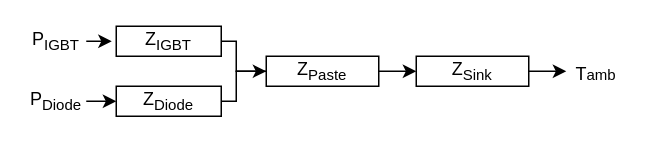
Before: IGBT and Diode/z/Cauer_network.drawio in AnirudhKatoch/PEARL, a draw.io diagram. Source tidied: cells renumbered, new cells numbered last; positions are measured from the earlier drawing's top-left corner, leaving out a move shared by most shapes. Both pictures are drawn from the tidied source at 150%, with x=0, y=0 at pixel (26, 26).
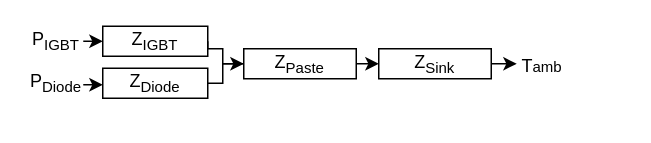
After the change.

The change refers to these unchanged cells:
```xml
<mxCell id="12" value="&lt;font&gt;P&lt;sub&gt;IGBT&lt;/sub&gt;&lt;/font&gt;" style="text;html=1;whiteSpace=wrap;strokeColor=none;fillColor=none;align=center;verticalAlign=middle;rounded=0;" parent="1" vertex="1">
  <mxGeometry width="40" height="20" as="geometry" />
</mxCell>
```

Diff of the diagram source:
```diff
@@
     <mxCell id="2" style="edgeStyle=orthogonalEdgeStyle;rounded=0;jettySize=auto;html=1;exitX=1;exitY=0.5;exitDx=0;exitDy=0;entryX=0;entryY=0.5;entryDx=0;entryDy=0;" parent="1" edge="1" source="3" target="7">
       <mxGeometry relative="1" as="geometry">
         <Array as="points">
-          <mxPoint x="140" y="10" />
-          <mxPoint x="140" y="30" />
+          <mxPoint x="121" y="15" />
+          <mxPoint x="131" y="15" />
+          <mxPoint x="131" y="25" />
         </Array>
       </mxGeometry>
     </mxCell>
     <mxCell id="3" value="Z&lt;sub&gt;IGBT&lt;/sub&gt;" style="rounded=0;whiteSpace=wrap;html=1;align=center;verticalAlign=middle;fontFamily=Helvetica;fontSize=12;" parent="1" vertex="1">
-      <mxGeometry x="60" width="70" height="20" as="geometry" />
+      <mxGeometry x="51" width="70" height="20" as="geometry" />
     </mxCell>
     <mxCell id="4" style="edgeStyle=orthogonalEdgeStyle;rounded=0;jettySize=auto;html=1;exitX=1;exitY=0.5;exitDx=0;exitDy=0;" parent="1" edge="1" source="5">
       <mxGeometry relative="1" as="geometry">
-        <mxPoint x="190" y="30" as="targetPoint" />
+        <mxPoint x="181" y="25" as="targetPoint" />
         <Array as="points">
-          <mxPoint x="140" y="50" />
-          <mxPoint x="140" y="30" />
+          <mxPoint x="131" y="38" />
+          <mxPoint x="131" y="25" />
         </Array>
       </mxGeometry>
     </mxCell>
     <mxCell id="5" value="Z&lt;sub style=&quot;&quot;&gt;&lt;font&gt;Diode&lt;/font&gt;&lt;/sub&gt;" style="rounded=0;whiteSpace=wrap;html=1;align=center;verticalAlign=middle;fontFamily=Helvetica;fontSize=12;" parent="1" vertex="1">
-      <mxGeometry x="60" y="40" width="70" height="20" as="geometry" />
+      <mxGeometry x="51" y="28" width="70" height="20" as="geometry" />
     </mxCell>
@@
     <mxCell id="7" value="Z&lt;sub&gt;Paste&lt;/sub&gt;" style="rounded=0;whiteSpace=wrap;html=1;align=center;verticalAlign=middle;fontFamily=Helvetica;fontSize=12;" parent="1" vertex="1">
-      <mxGeometry x="160" y="20" width="75" height="20" as="geometry" />
+      <mxGeometry x="145" y="15" width="75" height="20" as="geometry" />
     </mxCell>
-    <mxCell id="8" style="edgeStyle=orthogonalEdgeStyle;rounded=0;jettySize=auto;html=1;" parent="1" edge="1" source="9" target="13">
-      <mxGeometry relative="1" as="geometry" />
+    <mxCell id="8" style="edgeStyle=orthogonalEdgeStyle;rounded=0;orthogonalLoop=1;jettySize=auto;html=1;" parent="1" edge="1">
+      <mxGeometry relative="1" as="geometry">
+        <mxPoint x="286" y="25" as="sourcePoint" />
+        <mxPoint x="327" y="25" as="targetPoint" />
+      </mxGeometry>
     </mxCell>
     <mxCell id="9" value="Z&lt;sub style=&quot;&quot;&gt;&lt;font&gt;Sink&lt;/font&gt;&lt;/sub&gt;" style="rounded=0;whiteSpace=wrap;html=1;align=center;verticalAlign=middle;fontFamily=Helvetica;fontSize=12;" parent="1" vertex="1">
-      <mxGeometry x="260" y="20" width="75" height="20" as="geometry" />
+      <mxGeometry x="235" y="15" width="75" height="20" as="geometry" />
     </mxCell>
-    <mxCell id="10" style="edgeStyle=orthogonalEdgeStyle;rounded=0;jettySize=auto;html=1;exitX=1;exitY=0.5;exitDx=0;exitDy=0;entryX=0;entryY=0.5;entryDx=0;entryDy=0;" parent="1" edge="1" source="11" target="5">
-      <mxGeometry relative="1" as="geometry" />
-    </mxCell>
     <mxCell id="11" value="P&lt;sub style=&quot;&quot;&gt;&lt;font&gt;Diode&lt;/font&gt;&lt;/sub&gt;" style="text;html=1;whiteSpace=wrap;strokeColor=none;fillColor=none;align=center;verticalAlign=middle;rounded=0;" parent="1" vertex="1">
-      <mxGeometry y="40" width="40" height="20" as="geometry" />
+      <mxGeometry y="28" width="40" height="20" as="geometry" />
     </mxCell>
@@
     <mxCell id="13" value="&lt;font&gt;&lt;sub&gt;&lt;span style=&quot;font-size: 12px;&quot;&gt;T&lt;/span&gt;amb&lt;/sub&gt;&lt;/font&gt;" style="text;html=1;whiteSpace=wrap;strokeColor=none;fillColor=none;align=center;verticalAlign=middle;rounded=0;" parent="1" vertex="1">
-      <mxGeometry x="360" y="20" width="40" height="20" as="geometry" />
+      <mxGeometry x="324" y="15" width="40" height="20" as="geometry" />
     </mxCell>
-    <mxCell id="14" style="edgeStyle=orthogonalEdgeStyle;rounded=0;jettySize=auto;html=1;exitX=1;exitY=0.5;exitDx=0;exitDy=0;entryX=-0.043;entryY=0.5;entryDx=0;entryDy=0;entryPerimeter=0;" parent="1" edge="1" source="12" target="3">
-      <mxGeometry relative="1" as="geometry" />
+    <mxCell id="14" style="edgeStyle=orthogonalEdgeStyle;rounded=0;orthogonalLoop=1;jettySize=auto;html=1;exitX=1;exitY=0.5;exitDx=0;exitDy=0;entryX=-0.043;entryY=0.5;entryDx=0;entryDy=0;entryPerimeter=0;" parent="1" edge="1">
+      <mxGeometry relative="1" as="geometry">
+        <mxPoint x="38" y="10" as="sourcePoint" />
+        <mxPoint x="51" y="10" as="targetPoint" />
+      </mxGeometry>
     </mxCell>
+    <mxCell id="15" style="edgeStyle=orthogonalEdgeStyle;rounded=0;orthogonalLoop=1;jettySize=auto;html=1;exitX=1;exitY=0.5;exitDx=0;exitDy=0;entryX=-0.043;entryY=0.5;entryDx=0;entryDy=0;entryPerimeter=0;" parent="1" edge="1">
+      <mxGeometry relative="1" as="geometry">
+        <mxPoint x="38" y="39" as="sourcePoint" />
+        <mxPoint x="51" y="39" as="targetPoint" />
+      </mxGeometry>
+    </mxCell>
```
